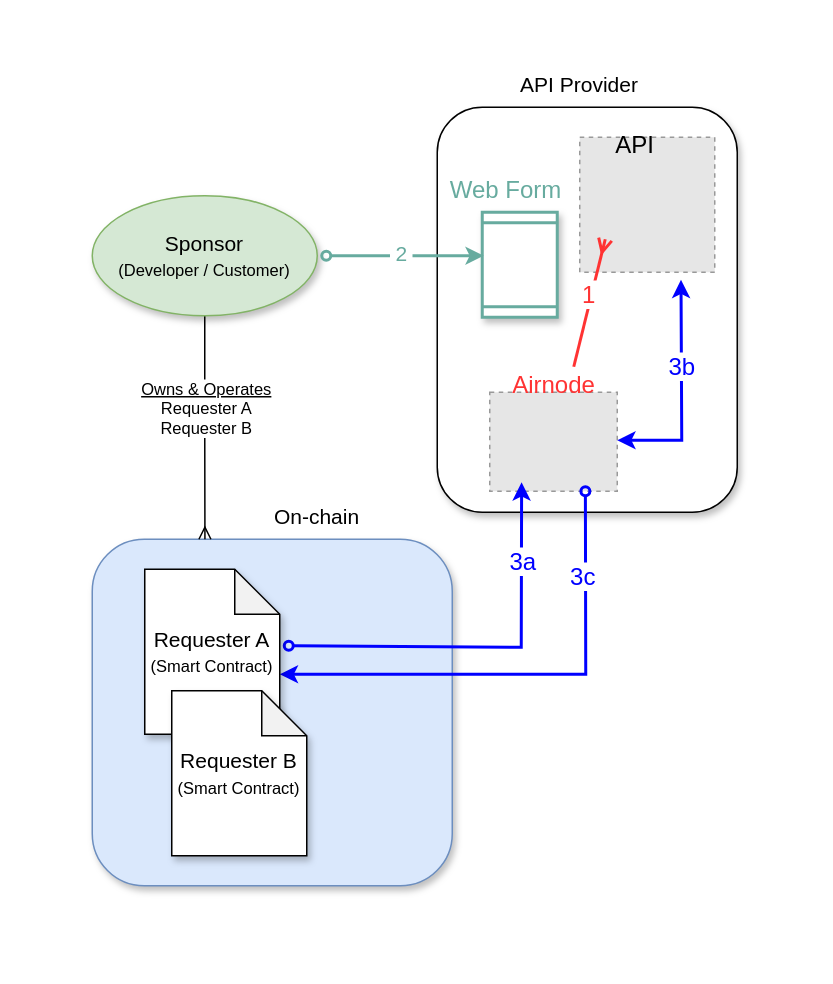
Above: docs/reference/airnode/latest/assets/diagrams/relay-meta-flow.drawio in api3dao/vitepress-docs (draw.io), before the change. Source tidied: cells renumbered, new cells numbered last; positions are measured from the earlier drawing's top-left corner, leaving out a move shared by most shapes. Both pictures are drawn from the tidied source at 150%, with x=0, y=0 at pixel (92, 62). Pictures stored in the file or linked from it are replaced by grey dashed boxes.
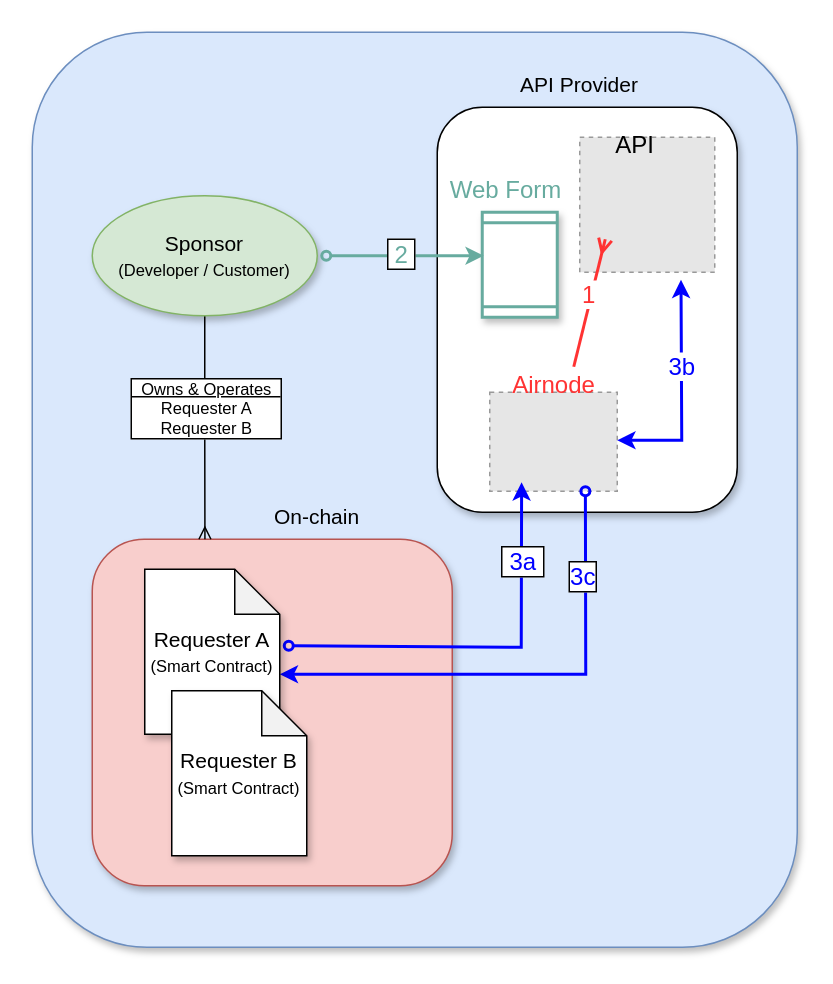
The same page after the edit.

Unchanged cells that the change refers to:
```xml
<mxCell id="4" style="edgeStyle=orthogonalEdgeStyle;rounded=0;jettySize=auto;html=1;entryX=0.313;entryY=0;entryDx=0;entryDy=0;entryPerimeter=0;endArrow=ERmany;endFill=0;" parent="1" edge="1" source="6" target="3">
  <mxGeometry relative="1" as="geometry" />
</mxCell>
<mxCell id="15" style="endArrow=classic;html=1;rounded=0;fontSize=11;exitX=0.75;exitY=1;exitDx=0;exitDy=0;strokeWidth=2;strokeColor=#0000FF;entryX=0;entryY=0;entryDx=90;entryDy=70;entryPerimeter=0;endFill=1;startArrow=oval;startFill=0;fontColor=#0000FF;labelBorderColor=none;spacingLeft=0;" parent="1" edge="1" source="8" target="19">
  <mxGeometry relative="1" as="geometry">
    <Array as="points">
      <mxPoint x="329" y="408" />
    </Array>
  </mxGeometry>
</mxCell>
<mxCell id="17" style="endArrow=classic;html=1;rounded=0;fontSize=11;entryX=0.25;entryY=0.909;entryDx=0;entryDy=0;strokeColor=#0000FF;strokeWidth=2;exitX=1;exitY=0.455;exitDx=0;exitDy=0;exitPerimeter=0;endFill=1;startArrow=oval;startFill=0;entryPerimeter=0;fontColor=#0000FF;" parent="1" edge="1" target="8">
  <mxGeometry relative="1" as="geometry">
    <mxPoint x="131" y="389" as="sourcePoint" />
    <Array as="points">
      <mxPoint x="286" y="390" />
    </Array>
  </mxGeometry>
</mxCell>
<mxCell id="21" style="edgeStyle=orthogonalEdgeStyle;rounded=0;orthogonalLoop=1;jettySize=auto;html=1;fontSize=14;strokeColor=#67AB9F;strokeWidth=2;startArrow=oval;startFill=0;startSize=6;endSize=6;" parent="1" edge="1">
  <mxGeometry relative="1" as="geometry">
    <mxPoint x="156" y="129" as="sourcePoint" />
    <mxPoint x="261" y="129" as="targetPoint" />
  </mxGeometry>
</mxCell>
```

Diff of the diagram source:
```diff
@@
+    <mxCell id="25" style="rounded=1;whiteSpace=wrap;html=1;fillColor=#dae8fc;strokeColor=#6c8ebf;shadow=1;" parent="1" vertex="1">
+      <mxGeometry x="-40" y="-20" width="510" height="610" as="geometry" />
+    </mxCell>
@@
-    <mxCell id="3" style="rounded=1;whiteSpace=wrap;html=1;fillColor=#dae8fc;strokeColor=#6c8ebf;shadow=1;" parent="1" vertex="1">
+    <mxCell id="3" style="rounded=1;whiteSpace=wrap;html=1;fillColor=#f8cecc;strokeColor=#b85450;shadow=1;" parent="1" vertex="1">
       <mxGeometry y="318" width="240" height="231" as="geometry" />
     </mxCell>
@@
-    <mxCell id="5" value="&lt;font style=&quot;font-size: 11px&quot;&gt;&lt;u&gt;Owns &amp;amp; Operates&lt;/u&gt;&lt;br&gt;Requester A&lt;br&gt;Requester B&lt;/font&gt;" style="edgeLabel;html=1;align=center;verticalAlign=middle;labelBackgroundColor=default;" parent="4" vertex="1">
+    <mxCell id="5" value="&lt;font style=&quot;font-size: 11px&quot;&gt;&lt;u style=&quot;&quot;&gt;&amp;nbsp; Owns &amp;amp; Operates&amp;nbsp;&amp;nbsp;&lt;/u&gt;&lt;br&gt;Requester A&lt;br&gt;Requester B&lt;/font&gt;" style="edgeLabel;html=1;align=center;verticalAlign=middle;labelBackgroundColor=default;labelBorderColor=default;" parent="4" vertex="1">
       <mxGeometry x="-0.18" relative="1" as="geometry" />
     </mxCell>
@@
-    <mxCell id="16" value="3c" style="edgeLabel;html=1;align=center;verticalAlign=middle;fontSize=16;fontColor=#0000FF;" parent="15" vertex="1">
+    <mxCell id="16" value="3c" style="edgeLabel;html=1;align=center;verticalAlign=middle;fontSize=16;fontColor=#0000FF;labelBorderColor=default;" parent="15" vertex="1">
       <mxGeometry x="-0.66" relative="1" as="geometry">
         <mxPoint x="-2" y="2" as="offset" />
       </mxGeometry>
     </mxCell>
@@
-    <mxCell id="18" value="&amp;nbsp;3a&amp;nbsp;" style="edgeLabel;html=1;align=center;verticalAlign=middle;fontSize=16;fontColor=#0000FF;" parent="17" vertex="1">
+    <mxCell id="18" value="&amp;nbsp;3a&amp;nbsp;" style="edgeLabel;html=1;align=center;verticalAlign=middle;fontSize=16;fontColor=#0000FF;labelBorderColor=default;" parent="17" vertex="1">
       <mxGeometry x="0.61" relative="1" as="geometry" />
     </mxCell>
@@
-    <mxCell id="22" value="&lt;font color=&quot;#67ab9f&quot;&gt;&amp;nbsp;2&amp;nbsp;&lt;/font&gt;" style="edgeLabel;html=1;align=center;verticalAlign=middle;fontSize=14;" parent="21" vertex="1">
+    <mxCell id="22" value="&lt;font style=&quot;font-size: 16px;&quot; color=&quot;#67ab9f&quot;&gt;&amp;nbsp;2&amp;nbsp;&lt;/font&gt;" style="edgeLabel;html=1;align=center;verticalAlign=middle;fontSize=14;labelBorderColor=default;" parent="21" vertex="1">
       <mxGeometry x="-0.07" y="2" relative="1" as="geometry" />
     </mxCell>
```
